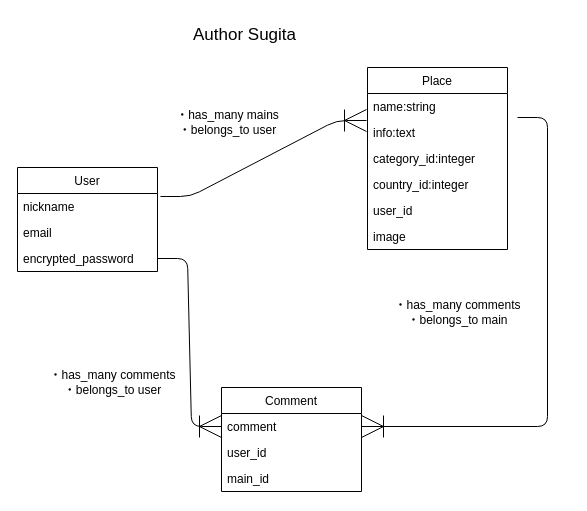
Before: app.dio in daikichi86/original3, a draw.io diagram. Source tidied: cells renumbered, new cells numbered last; positions are measured from the earlier drawing's top-left corner, leaving out a move shared by most shapes. Both pictures are drawn from the tidied source at 100%, with x=0, y=0 at pixel (17, 17).
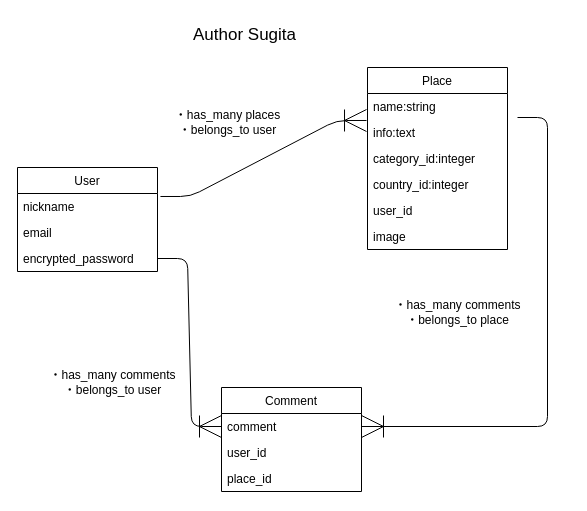
The same diagram, later.

Unchanged cells that the change refers to:
```xml
<mxCell id="13" value="Comment" style="swimlane;fontStyle=0;horizontal=1;startSize=26;fillColor=none;" parent="1" vertex="1">
  <mxGeometry x="204" y="370" width="140" height="104" as="geometry" />
</mxCell>
```

Diff of the diagram source:
```diff
@@
-    <mxCell id="16" value="main_id" style="text;strokeColor=none;fillColor=none;align=left;verticalAlign=top;spacingLeft=4;spacingRight=4;overflow=hidden;" parent="13" vertex="1">
+    <mxCell id="16" value="place_id" style="text;strokeColor=none;fillColor=none;align=left;verticalAlign=top;spacingLeft=4;spacingRight=4;overflow=hidden;" parent="13" vertex="1">
       <mxGeometry y="78" width="140" height="26" as="geometry" />
     </mxCell>
@@
-    <mxCell id="18" value="・has_many mains&lt;br&gt;・belongs_to user" style="text;html=1;align=center;verticalAlign=middle;" parent="1" vertex="1">
+    <mxCell id="18" value="・has_many places&lt;br&gt;・belongs_to user" style="text;html=1;align=center;verticalAlign=middle;" parent="1" vertex="1">
       <mxGeometry x="150" y="90" width="120" height="30" as="geometry" />
     </mxCell>
@@
-    <mxCell id="20" value="・has_many comments&lt;br&gt;・belongs_to main" style="text;html=1;align=center;verticalAlign=middle;" parent="1" vertex="1">
+    <mxCell id="20" value="・has_many comments&lt;br&gt;・belongs_to place" style="text;html=1;align=center;verticalAlign=middle;" parent="1" vertex="1">
       <mxGeometry x="370" y="280" width="140" height="30" as="geometry" />
     </mxCell>
```
